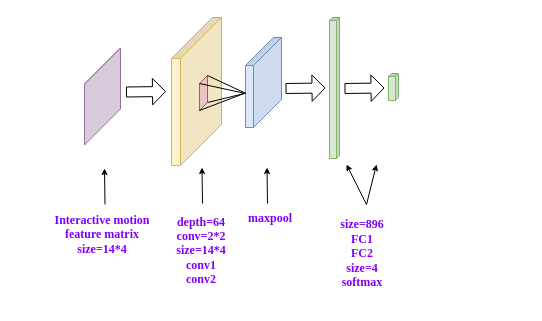
This is Interactive.drawio from ByronGe/ff, a draw.io file, before an edit. Source tidied: cells renumbered, new cells numbered last; positions are measured from the earlier drawing's top-left corner, leaving out a move shared by most shapes. Both pictures are drawn from the tidied source at 100%, with x=0, y=0 at pixel (17, 17).
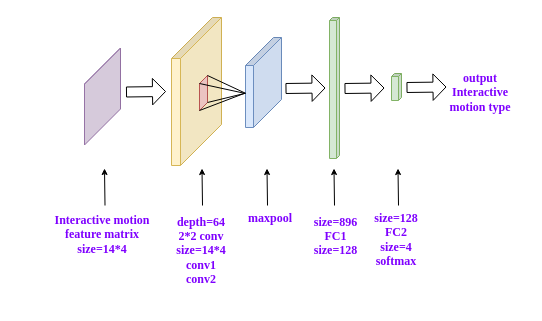
The same diagram, later.

Diff of the diagram source:
```diff
@@
     <mxCell id="5" style="shape=cube;whiteSpace=wrap;html=1;boundedLbl=1;backgroundOutline=1;darkOpacity=0.05;darkOpacity2=0.1;fillColor=#d5e8d4;strokeColor=#82b366;size=3;direction=south;" parent="1" vertex="1">
-      <mxGeometry x="371" y="56" width="10" height="27" as="geometry" />
+      <mxGeometry x="374" y="56" width="10" height="27" as="geometry" />
     </mxCell>
@@
-    <mxCell id="11" value="&lt;font color=&quot;#7f00ff&quot;&gt;&lt;b&gt;depth=64&lt;br&gt;conv=2*2&lt;br&gt;size=14*4&lt;br&gt;conv1&lt;br&gt;conv2&lt;/b&gt;&lt;/font&gt;&lt;br&gt;" style="text;html=1;strokeColor=none;fillColor=none;align=center;verticalAlign=middle;whiteSpace=wrap;rounded=0;fontFamily=Times New Roman;" parent="1" vertex="1">
+    <mxCell id="11" value="&lt;font color=&quot;#7f00ff&quot;&gt;&lt;b&gt;depth=64&lt;br&gt;2*2 conv&lt;br&gt;size=14*4&lt;br&gt;conv1&lt;br&gt;conv2&lt;/b&gt;&lt;/font&gt;&lt;br&gt;" style="text;html=1;strokeColor=none;fillColor=none;align=center;verticalAlign=middle;whiteSpace=wrap;rounded=0;fontFamily=Times New Roman;" parent="1" vertex="1">
       <mxGeometry x="149" y="199" width="70" height="68" as="geometry" />
     </mxCell>
@@
-    <mxCell id="13" value="&lt;font color=&quot;#7f00ff&quot;&gt;&lt;b&gt;size=896&lt;br&gt;FC1&lt;br&gt;FC2&lt;br&gt;size=4&lt;br&gt;softmax&lt;br&gt;&lt;/b&gt;&lt;/font&gt;&lt;br&gt;" style="text;html=1;strokeColor=none;fillColor=none;align=center;verticalAlign=middle;whiteSpace=wrap;rounded=0;direction=south;fontFamily=Times New Roman;" parent="1" vertex="1">
-      <mxGeometry x="334" y="222" width="22" height="42" as="geometry" />
+    <mxCell id="13" value="&lt;font color=&quot;#7f00ff&quot;&gt;&lt;b&gt;size=896&lt;br&gt;FC1&lt;br&gt;size=128&lt;br&gt;&lt;br&gt;&lt;/b&gt;&lt;/font&gt;&lt;br&gt;" style="text;html=1;strokeColor=none;fillColor=none;align=center;verticalAlign=middle;whiteSpace=wrap;rounded=0;direction=south;fontFamily=Times New Roman;" parent="1" vertex="1">
+      <mxGeometry x="305.5" y="214" width="25" height="37" as="geometry" />
     </mxCell>
@@
     <mxCell id="17" style="endArrow=classic;html=1;endSize=4;" parent="1" edge="1">
       <mxGeometry relative="1" as="geometry">
-        <mxPoint x="185" y="186" as="sourcePoint" />
-        <mxPoint x="184.5" y="150" as="targetPoint" />
+        <mxPoint x="185" y="188" as="sourcePoint" />
+        <mxPoint x="184.5" y="151" as="targetPoint" />
       </mxGeometry>
     </mxCell>
     <mxCell id="18" style="endArrow=classic;html=1;endSize=4;" parent="1" edge="1">
       <mxGeometry relative="1" as="geometry">
-        <mxPoint x="250" y="186" as="sourcePoint" />
-        <mxPoint x="249.5" y="150" as="targetPoint" />
+        <mxPoint x="250" y="188" as="sourcePoint" />
+        <mxPoint x="249.5" y="151" as="targetPoint" />
       </mxGeometry>
     </mxCell>
     <mxCell id="19" style="endArrow=classic;html=1;endSize=4;" parent="1" edge="1">
       <mxGeometry relative="1" as="geometry">
-        <mxPoint x="87.5" y="187" as="sourcePoint" />
+        <mxPoint x="87.5" y="188" as="sourcePoint" />
         <mxPoint x="87" y="151" as="targetPoint" />
       </mxGeometry>
     </mxCell>
-    <mxCell id="20" style="endArrow=classic;html=1;endSize=4;" parent="1" edge="1">
-      <mxGeometry relative="1" as="geometry">
-        <mxPoint x="349" y="187" as="sourcePoint" />
-        <mxPoint x="359" y="147" as="targetPoint" />
-      </mxGeometry>
-    </mxCell>
-    <mxCell id="21" style="endArrow=classic;html=1;endSize=4;" parent="1" edge="1">
-      <mxGeometry relative="1" as="geometry">
-        <mxPoint x="349" y="187" as="sourcePoint" />
-        <mxPoint x="329" y="147" as="targetPoint" />
-      </mxGeometry>
-    </mxCell>
@@
+    <mxCell id="24" style="endArrow=classic;html=1;endSize=4;" parent="1" edge="1">
+      <mxGeometry relative="1" as="geometry">
+        <mxPoint x="317" y="188" as="sourcePoint" />
+        <mxPoint x="316.5" y="151" as="targetPoint" />
+      </mxGeometry>
+    </mxCell>
+    <mxCell id="25" value="&lt;b&gt;&lt;font color=&quot;#7f00ff&quot; face=&quot;Times New Roman&quot;&gt;size=128&lt;br&gt;FC2&lt;br&gt;size=4&lt;br&gt;softmax&lt;/font&gt;&lt;/b&gt;" style="text;html=1;strokeColor=none;fillColor=none;align=center;verticalAlign=middle;whiteSpace=wrap;rounded=0;" parent="1" vertex="1">
+      <mxGeometry x="359" y="212" width="40" height="20" as="geometry" />
+    </mxCell>
+    <mxCell id="26" style="endArrow=classic;html=1;endSize=4;" parent="1" edge="1">
+      <mxGeometry relative="1" as="geometry">
+        <mxPoint x="381" y="188" as="sourcePoint" />
+        <mxPoint x="380.5" y="151" as="targetPoint" />
+      </mxGeometry>
+    </mxCell>
+    <mxCell id="27" style="shape=flexArrow;endArrow=classic;html=1;endWidth=15.428571428571429;endSize=4;startWidth=15.428571428571429;startSize=6.668571428571428;width=10;entryX=0;entryY=0;entryDx=64.5;entryDy=10;entryPerimeter=0;" parent="1" edge="1">
+      <mxGeometry relative="1" as="geometry">
+        <mxPoint x="389" y="70" as="sourcePoint" />
+        <mxPoint x="429" y="69.5" as="targetPoint" />
+      </mxGeometry>
+    </mxCell>
+    <mxCell id="28" value="&lt;font color=&quot;#7f00ff&quot; face=&quot;Times New Roman&quot;&gt;&lt;b&gt;output&lt;br&gt;Interactive motion type&lt;/b&gt;&lt;/font&gt;&lt;br&gt;" style="text;html=1;strokeColor=none;fillColor=none;align=center;verticalAlign=middle;whiteSpace=wrap;rounded=0;" parent="1" vertex="1">
+      <mxGeometry x="418" y="64.5" width="90" height="20" as="geometry" />
+    </mxCell>
```
